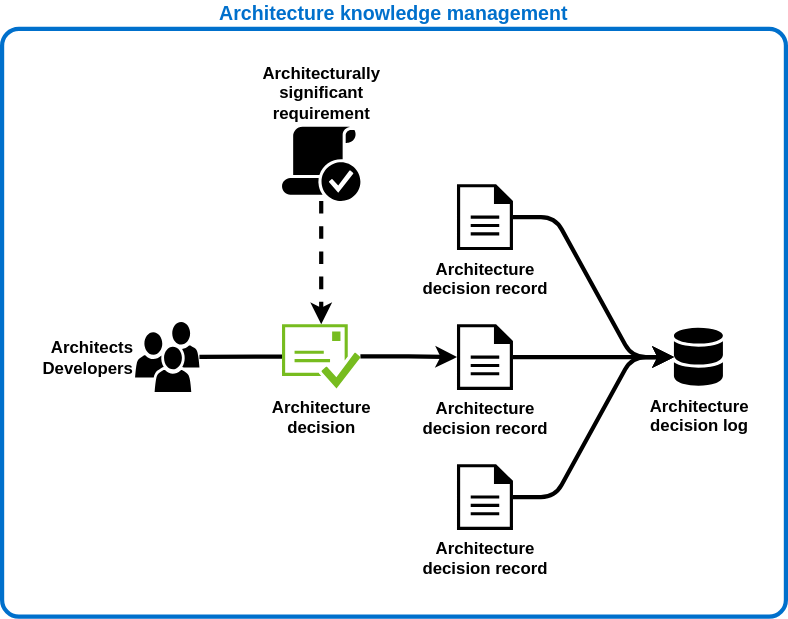
cledouarec/cledouarec.github.io keeps this draw.io diagram as content/posts/20251204-architecture-knowledge-management/architecture_knowledge_management.svg. Above is the earlier version. Source tidied: cells renumbered, new cells last; positions are measured from the earlier drawing's top-left corner, leaving out a move shared by most shapes. The source it was exported from:
```xml
<mxGraphModel>
  <root>
    <mxCell id="0" />
    <mxCell id="1" parent="0" />
    <mxCell id="2" value="&lt;span style=&quot;font-family: Helvetica; font-size: 14px; font-style: normal; font-variant-ligatures: normal; font-variant-caps: normal; font-weight: 700; letter-spacing: normal; orphans: 2; text-align: center; text-indent: 0px; text-transform: none; widows: 2; word-spacing: 0px; -webkit-text-stroke-width: 0px; text-decoration-thickness: initial; text-decoration-style: initial; text-decoration-color: initial; float: none; display: inline !important;&quot;&gt;&lt;font style=&quot;color: rgb(0, 112, 204);&quot;&gt;Architecture knowledge management&lt;/font&gt;&lt;/span&gt;" style="rounded=1;whiteSpace=wrap;html=1;fillColor=default;strokeColor=#0070CC;verticalAlign=bottom;labelPosition=center;verticalLabelPosition=top;align=center;strokeWidth=3;arcSize=24;absoluteArcSize=1;" parent="1" vertex="1">
      <mxGeometry width="560" height="420" as="geometry" />
    </mxCell>
    <mxCell id="3" value="&lt;b&gt;Architecture&lt;br&gt;decision log&lt;/b&gt;" style="sketch=0;shadow=0;dashed=0;html=1;strokeColor=none;fillColor=#000000;labelPosition=center;verticalLabelPosition=bottom;verticalAlign=top;outlineConnect=0;align=center;shape=mxgraph.office.databases.database_mini_2;strokeWidth=1;" parent="1" vertex="1">
      <mxGeometry x="480" y="213.5" width="35" height="42" as="geometry" />
    </mxCell>
    <mxCell id="4" style="edgeStyle=entityRelationEdgeStyle;jettySize=auto;html=1;strokeWidth=3;rounded=1;" parent="1" edge="1" source="5" target="3">
      <mxGeometry relative="1" as="geometry" />
    </mxCell>
    <mxCell id="5" value="&lt;b&gt;Architecture&lt;br&gt;decision record&lt;/b&gt;" style="sketch=0;shadow=0;dashed=0;html=1;strokeColor=none;fillColor=#000000;labelPosition=center;verticalLabelPosition=bottom;verticalAlign=top;outlineConnect=0;align=center;shape=mxgraph.office.concepts.document;" parent="1" vertex="1">
      <mxGeometry x="325" y="111" width="40" height="47" as="geometry" />
    </mxCell>
    <mxCell id="6" style="edgeStyle=orthogonalEdgeStyle;rounded=0;jettySize=auto;html=1;strokeWidth=3;" parent="1" edge="1" source="7" target="3">
      <mxGeometry relative="1" as="geometry" />
    </mxCell>
    <mxCell id="7" value="&lt;b&gt;Architecture&lt;br&gt;decision record&lt;/b&gt;" style="sketch=0;shadow=0;dashed=0;html=1;strokeColor=none;fillColor=#000000;labelPosition=center;verticalLabelPosition=bottom;verticalAlign=top;outlineConnect=0;align=center;shape=mxgraph.office.concepts.document;" parent="1" vertex="1">
      <mxGeometry x="325" y="211" width="40" height="47" as="geometry" />
    </mxCell>
    <mxCell id="8" style="edgeStyle=entityRelationEdgeStyle;jettySize=auto;html=1;strokeWidth=3;elbow=vertical;rounded=1;" parent="1" edge="1" source="9" target="3">
      <mxGeometry relative="1" as="geometry" />
    </mxCell>
    <mxCell id="9" value="&lt;b&gt;Architecture&lt;br&gt;decision record&lt;/b&gt;" style="sketch=0;shadow=0;dashed=0;html=1;strokeColor=none;fillColor=#000000;labelPosition=center;verticalLabelPosition=bottom;verticalAlign=top;outlineConnect=0;align=center;shape=mxgraph.office.concepts.document;" parent="1" vertex="1">
      <mxGeometry x="325" y="311" width="40" height="47" as="geometry" />
    </mxCell>
    <mxCell id="10" style="rounded=0;jettySize=auto;html=1;strokeWidth=3;labelBackgroundColor=none;fillOpacity=0;endArrow=none;endFill=0;" parent="1" edge="1" source="11" target="15">
      <mxGeometry relative="1" as="geometry" />
    </mxCell>
    <mxCell id="11" value="&lt;b&gt;Architects&lt;br&gt;Developers&lt;/b&gt;" style="sketch=0;shadow=0;dashed=0;html=1;strokeColor=none;fillColor=#000000;labelPosition=left;verticalLabelPosition=middle;verticalAlign=middle;outlineConnect=0;align=right;shape=mxgraph.office.users.users;" parent="1" vertex="1">
      <mxGeometry x="95" y="209.5" width="46" height="50" as="geometry" />
    </mxCell>
    <mxCell id="12" style="edgeStyle=orthogonalEdgeStyle;rounded=0;jettySize=auto;html=1;strokeWidth=3;fillColor=#dae8fc;strokeColor=#000000;dashed=1;" parent="1" edge="1" source="13" target="15">
      <mxGeometry relative="1" as="geometry" />
    </mxCell>
    <mxCell id="13" value="&lt;b&gt;Architecturally&lt;br&gt;significant&lt;br&gt;requirement&lt;/b&gt;" style="sketch=0;shadow=0;dashed=0;html=1;strokeColor=none;fillColor=#000000;labelPosition=center;verticalLabelPosition=top;verticalAlign=bottom;outlineConnect=0;align=center;shape=mxgraph.office.concepts.meets_requirements;" parent="1" vertex="1">
      <mxGeometry x="200" y="70" width="56" height="53" as="geometry" />
    </mxCell>
    <mxCell id="14" style="edgeStyle=orthogonalEdgeStyle;rounded=0;jettySize=auto;html=1;strokeWidth=3;" parent="1" edge="1" source="15" target="7">
      <mxGeometry relative="1" as="geometry" />
    </mxCell>
    <mxCell id="15" value="&lt;b&gt;Architecture&lt;br&gt;decision&lt;br&gt;&lt;/b&gt;" style="sketch=0;shadow=0;dashed=0;html=1;strokeColor=none;fillColor=#77BC1F;labelPosition=center;verticalLabelPosition=bottom;verticalAlign=top;outlineConnect=0;align=center;shape=mxgraph.office.concepts.email_approved;labelBackgroundColor=none;" parent="1" vertex="1">
      <mxGeometry x="200" y="211" width="56" height="46" as="geometry" />
    </mxCell>
  </root>
</mxGraphModel>
```
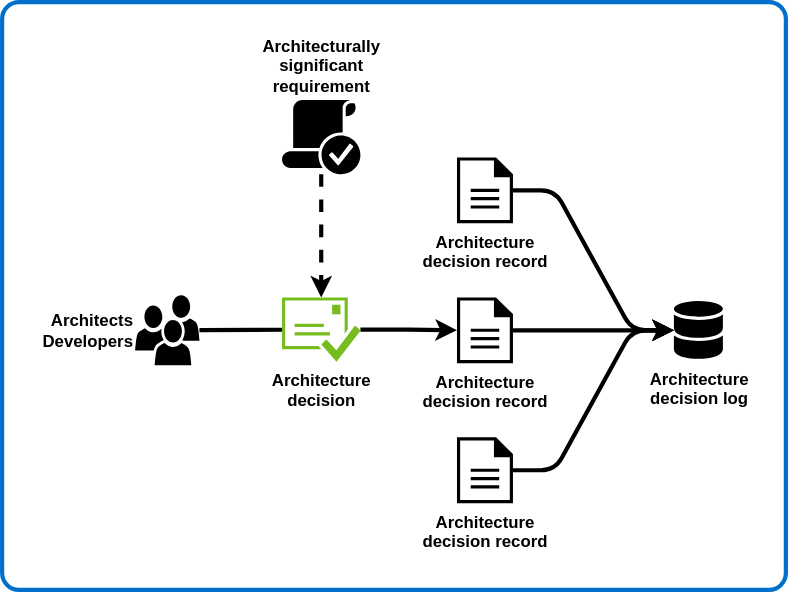
The same file after the commit.

Commit message:
fix: use figure caption

Change to the diagram source:
```diff
@@ -2,7 +2,7 @@
   <root>
     <mxCell id="0" />
     <mxCell id="1" parent="0" />
-    <mxCell id="2" value="&lt;span style=&quot;font-family: Helvetica; font-size: 14px; font-style: normal; font-variant-ligatures: normal; font-variant-caps: normal; font-weight: 700; letter-spacing: normal; orphans: 2; text-align: center; text-indent: 0px; text-transform: none; widows: 2; word-spacing: 0px; -webkit-text-stroke-width: 0px; text-decoration-thickness: initial; text-decoration-style: initial; text-decoration-color: initial; float: none; display: inline !important;&quot;&gt;&lt;font style=&quot;color: rgb(0, 112, 204);&quot;&gt;Architecture knowledge management&lt;/font&gt;&lt;/span&gt;" style="rounded=1;whiteSpace=wrap;html=1;fillColor=default;strokeColor=#0070CC;verticalAlign=bottom;labelPosition=center;verticalLabelPosition=top;align=center;strokeWidth=3;arcSize=24;absoluteArcSize=1;" parent="1" vertex="1">
+    <mxCell id="2" style="rounded=1;whiteSpace=wrap;html=1;fillColor=default;strokeColor=#0070CC;verticalAlign=bottom;labelPosition=center;verticalLabelPosition=top;align=center;strokeWidth=3;arcSize=24;absoluteArcSize=1;" parent="1" vertex="1">
       <mxGeometry width="560" height="420" as="geometry" />
     </mxCell>
     <mxCell id="3" value="&lt;b&gt;Architecture&lt;br&gt;decision log&lt;/b&gt;" style="sketch=0;shadow=0;dashed=0;html=1;strokeColor=none;fillColor=#000000;labelPosition=center;verticalLabelPosition=bottom;verticalAlign=top;outlineConnect=0;align=center;shape=mxgraph.office.databases.database_mini_2;strokeWidth=1;" parent="1" vertex="1">
```
